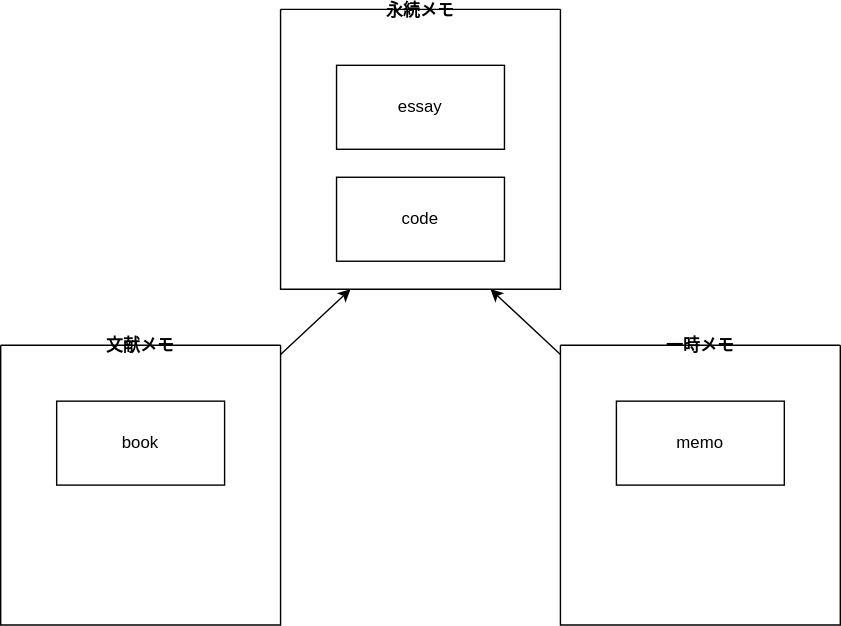
Before: images/20231015-denote.drawio.svg, a diagram exported from draw.io (kijimaD/roam). Source tidied: cells renumbered, new cells last; positions are measured from the earlier drawing's top-left corner, leaving out a move shared by most shapes.
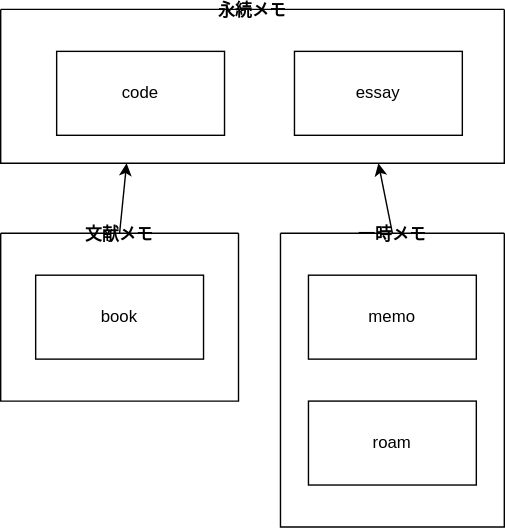
After the commit.

Change to the diagram source:
```diff
@@ -3,31 +3,34 @@
     <mxCell id="0" />
     <mxCell id="1" parent="0" />
     <mxCell id="2" value="永続メモ" style="swimlane;startSize=0;" parent="1" vertex="1">
-      <mxGeometry x="200" width="200" height="200" as="geometry" />
+      <mxGeometry x="120" y="80" width="360" height="110" as="geometry" />
     </mxCell>
     <mxCell id="3" value="essay" style="whiteSpace=wrap;html=1;" parent="2" vertex="1">
-      <mxGeometry x="40" y="40" width="120" height="60" as="geometry" />
+      <mxGeometry x="210" y="30" width="120" height="60" as="geometry" />
     </mxCell>
     <mxCell id="4" value="code" style="whiteSpace=wrap;html=1;" parent="2" vertex="1">
-      <mxGeometry x="40" y="120" width="120" height="60" as="geometry" />
+      <mxGeometry x="40" y="30" width="120" height="60" as="geometry" />
     </mxCell>
-    <mxCell id="5" style="edgeStyle=none;html=1;entryX=0.25;entryY=1;entryDx=0;entryDy=0;" parent="1" edge="1" source="6" target="2">
+    <mxCell id="5" style="edgeStyle=none;html=1;entryX=0.25;entryY=1;entryDx=0;entryDy=0;exitX=0.5;exitY=0;exitDx=0;exitDy=0;" parent="1" edge="1" source="6" target="2">
       <mxGeometry relative="1" as="geometry" />
     </mxCell>
     <mxCell id="6" value="文献メモ" style="swimlane;startSize=0;" parent="1" vertex="1">
-      <mxGeometry y="240" width="200" height="200" as="geometry" />
+      <mxGeometry x="120" y="240" width="170" height="120" as="geometry" />
     </mxCell>
     <mxCell id="7" value="book" style="whiteSpace=wrap;html=1;" parent="6" vertex="1">
-      <mxGeometry x="40" y="40" width="120" height="60" as="geometry" />
+      <mxGeometry x="25" y="30" width="120" height="60" as="geometry" />
     </mxCell>
-    <mxCell id="8" style="edgeStyle=none;html=1;entryX=0.75;entryY=1;entryDx=0;entryDy=0;" parent="1" edge="1" source="9" target="2">
+    <mxCell id="8" style="edgeStyle=none;html=1;entryX=0.75;entryY=1;entryDx=0;entryDy=0;exitX=0.5;exitY=0;exitDx=0;exitDy=0;" parent="1" edge="1" source="9" target="2">
       <mxGeometry relative="1" as="geometry" />
     </mxCell>
     <mxCell id="9" value="一時メモ" style="swimlane;startSize=0;" parent="1" vertex="1">
-      <mxGeometry x="400" y="240" width="200" height="200" as="geometry" />
+      <mxGeometry x="320" y="240" width="160" height="210" as="geometry" />
     </mxCell>
     <mxCell id="10" value="memo" style="whiteSpace=wrap;html=1;" parent="9" vertex="1">
-      <mxGeometry x="40" y="40" width="120" height="60" as="geometry" />
+      <mxGeometry x="20" y="30" width="120" height="60" as="geometry" />
     </mxCell>
+    <mxCell id="11" value="roam" style="whiteSpace=wrap;html=1;" parent="9" vertex="1">
+      <mxGeometry x="20" y="120" width="120" height="60" as="geometry" />
+    </mxCell>
   </root>
 </mxGraphModel>
```
